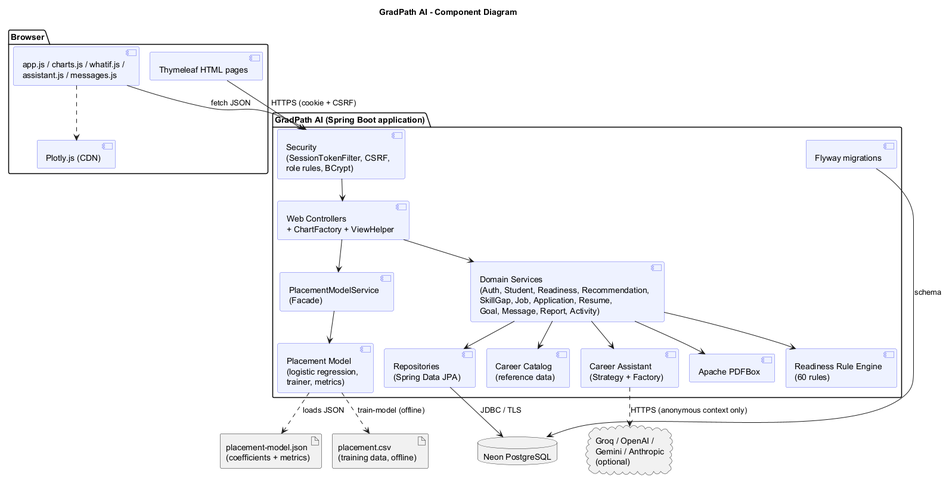
Above: report/uml-png/05_component.png in HamnaAliKhan/grad-path-ai (PlantUML), before the change.
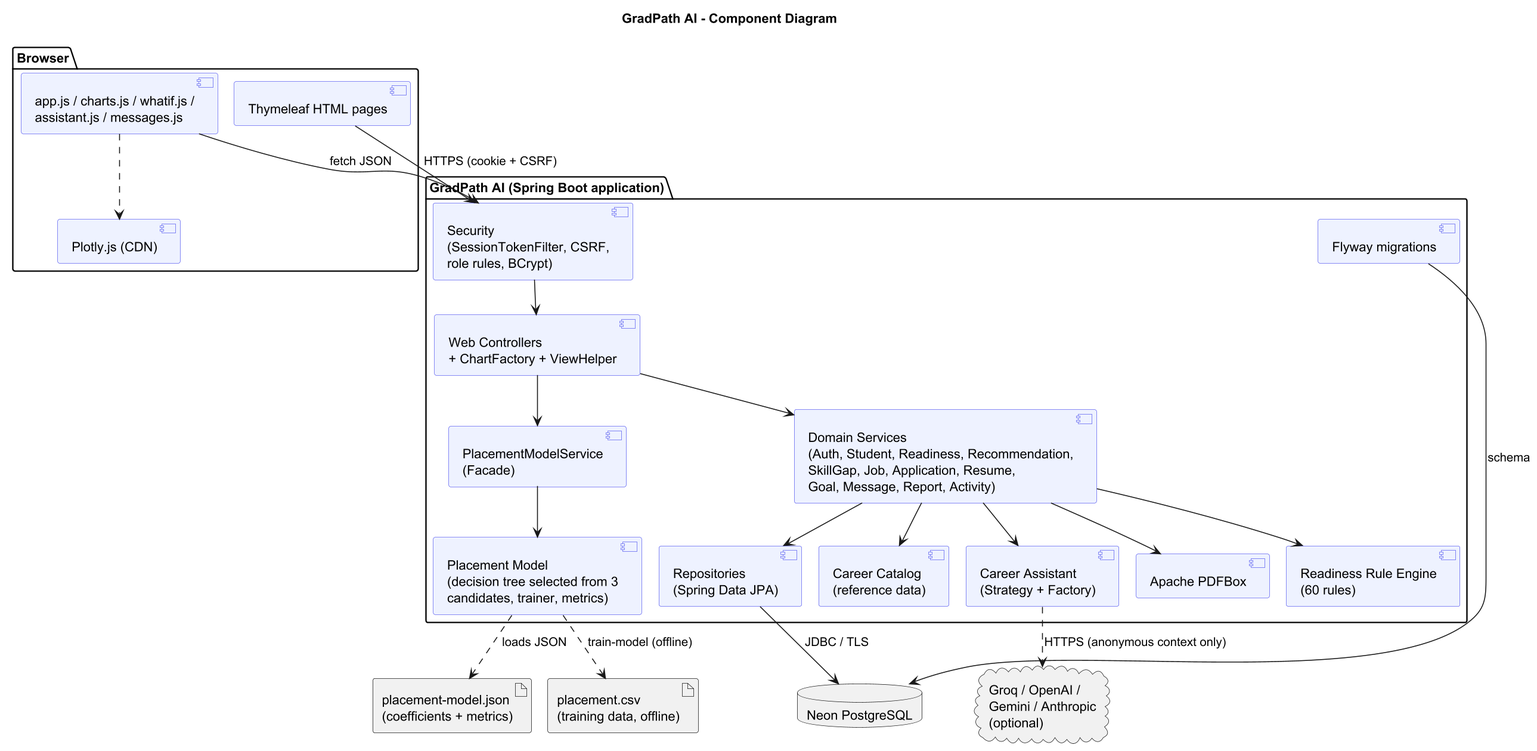
After the commit.

What changed in the source:
```diff
@@ -1,4 +1,5 @@
 @startuml 05_component
+skinparamlocked dpi 150
 !pragma layout smetana
 title GradPath AI - Component Diagram
 skinparam component {
@@ -16,7 +17,7 @@
   [Security\n(SessionTokenFilter, CSRF,\nrole rules, BCrypt)] as Sec
   [Web Controllers\n+ ChartFactory + ViewHelper] as Web
   [Readiness Rule Engine\n(60 rules)] as Engine
-  [Placement Model\n(logistic regression,\ntrainer, metrics)] as ML
+  [Placement Model\n(decision tree selected from 3\ncandidates, trainer, metrics)] as ML
   [PlacementModelService\n(Facade)] as MLS
   [Domain Services\n(Auth, Student, Readiness, Recommendation,\nSkillGap, Job, Application, Resume,\nGoal, Message, Report, Activity)] as Services
   [Career Assistant\n(Strategy + Factory)] as Assistant
```
